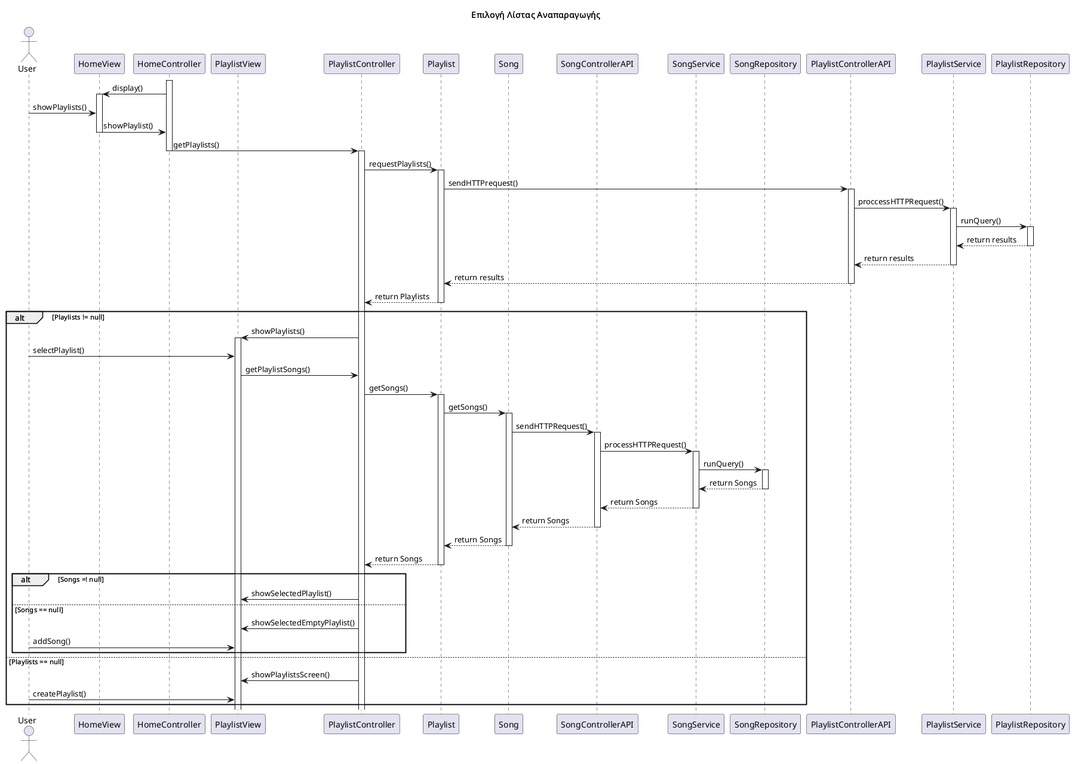
Earlier version of the PlantUML export Paradoteo_2/SequenceDiagrams/SequenceDiagram1.png (RubenKingCP/Tunix).
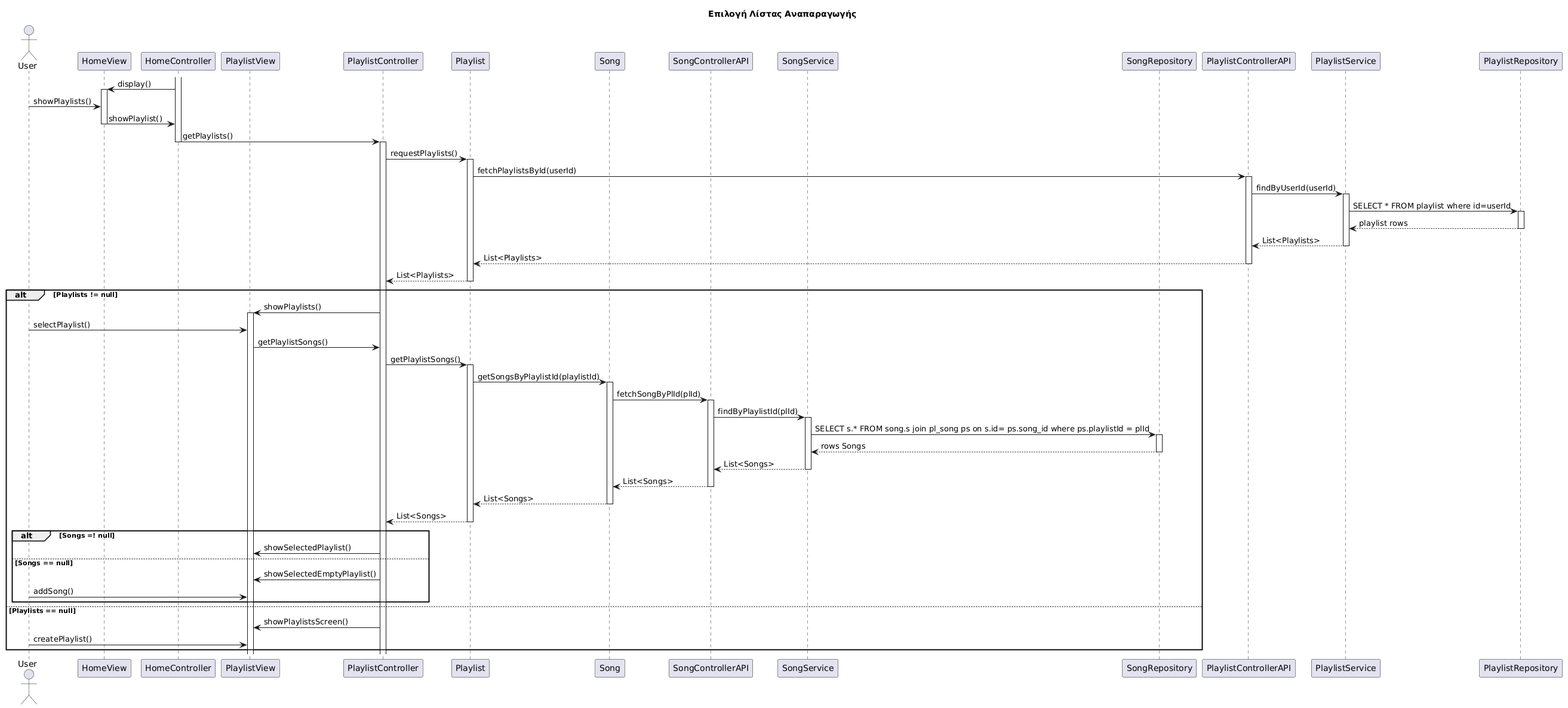
The same file after the commit.

Commit message:
Refactor first sequence diagram for better clarity of database methods

Change to the diagram source:
```diff
@@ -1,5 +1,4 @@
-@startuml name
-
+@startuml
 title  Επιλογή Λίστας Αναπαραγωγής
 
 actor User
@@ -16,6 +15,8 @@
 participant PlaylistService
 participant PlaylistRepository
 activate HomeController
+
+
 HomeController -> HomeView : display()
 activate HomeView
 User -> HomeView : showPlaylists()
@@ -27,44 +28,45 @@
 
 PlaylistController -> Playlist : requestPlaylists()
 activate Playlist
-Playlist -> PlaylistControllerAPI : sendHTTPrequest()
+Playlist -> PlaylistControllerAPI : fetchPlaylistsById(userId)
 activate PlaylistControllerAPI
-PlaylistControllerAPI -> PlaylistService : proccessHTTPRequest()
+PlaylistControllerAPI -> PlaylistService : findByUserId(userId)
 activate PlaylistService
-PlaylistService -> PlaylistRepository : runQuery()
+PlaylistService -> PlaylistRepository : SELECT * FROM playlist where id=userId
 activate PlaylistRepository
-PlaylistRepository --> PlaylistService : return results
+PlaylistRepository --> PlaylistService : playlist rows
 deactivate PlaylistRepository
-PlaylistService --> PlaylistControllerAPI : return results
+PlaylistService --> PlaylistControllerAPI : List<Playlists>
 deactivate PlaylistService
-PlaylistControllerAPI --> Playlist : return results
+PlaylistControllerAPI --> Playlist : List<Playlists>
 deactivate PlaylistControllerAPI
-Playlist --> PlaylistController : return Playlists
+Playlist --> PlaylistController : List<Playlists>
 deactivate Playlist
+
 alt Playlists != null
     PlaylistController -> PlaylistView : showPlaylists()
     activate PlaylistView
     User -> PlaylistView : selectPlaylist()
     PlaylistView -> PlaylistController : getPlaylistSongs()
-    PlaylistController -> Playlist : getSongs()
+    PlaylistController -> Playlist : getPlaylistSongs()
     activate Playlist
-    Playlist -> Song : getSongs()
+    Playlist -> Song : getSongsByPlaylistId(playlistId)
     activate Song
-    Song -> SongControllerAPI : sendHTTPRequest()
+    Song -> SongControllerAPI : fetchSongByPlId(plId)
     activate SongControllerAPI
-    SongControllerAPI -> SongService : processHTTPRequest()
+    SongControllerAPI -> SongService : findByPlaylistId(plId)
     activate SongService
-    SongService -> SongRepository : runQuery()
+    SongService -> SongRepository : SELECT s.* FROM song.s join pl_song ps on s.id= ps.song_id where ps.playlistId = plId
     activate SongRepository
-    SongRepository --> SongService : return Songs
+    SongRepository --> SongService : rows Songs
     deactivate SongRepository
-    SongService --> SongControllerAPI : return Songs
+    SongService --> SongControllerAPI : List<Songs>
     deactivate SongService
-    SongControllerAPI --> Song : return Songs
+    SongControllerAPI --> Song : List<Songs>
     deactivate SongControllerAPI
-    Song --> Playlist : return Songs
+    Song --> Playlist : List<Songs>
     deactivate Song
-    Playlist --> PlaylistController : return Songs
+    Playlist --> PlaylistController : List<Songs>
     deactivate Playlist
     alt Songs =! null
         PlaylistController -> PlaylistView : showSelectedPlaylist()
```
